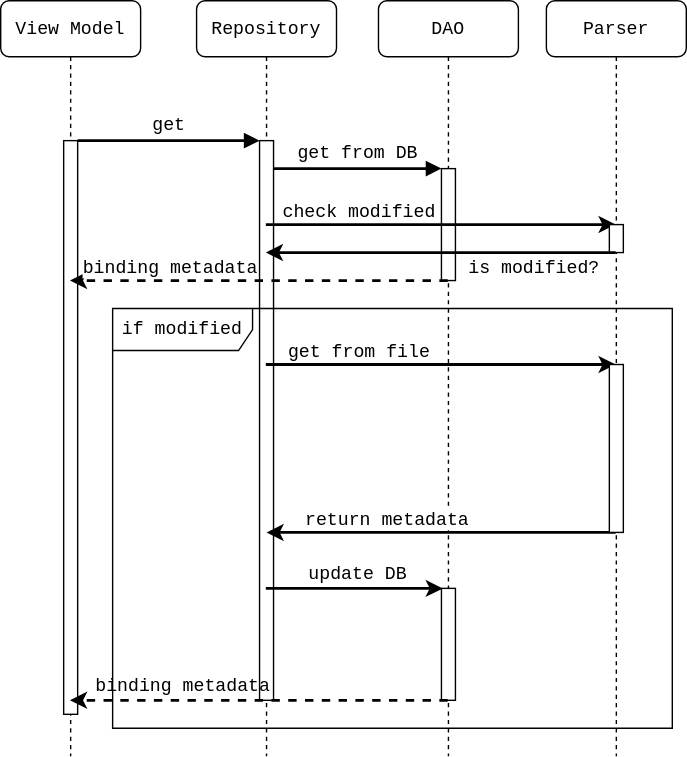
Before: images/MVVM_repo.svg, a diagram exported from draw.io (nvmnghia/thesis). Source tidied: cells renumbered, new cells last; positions are measured from the earlier drawing's top-left corner, leaving out a move shared by most shapes.
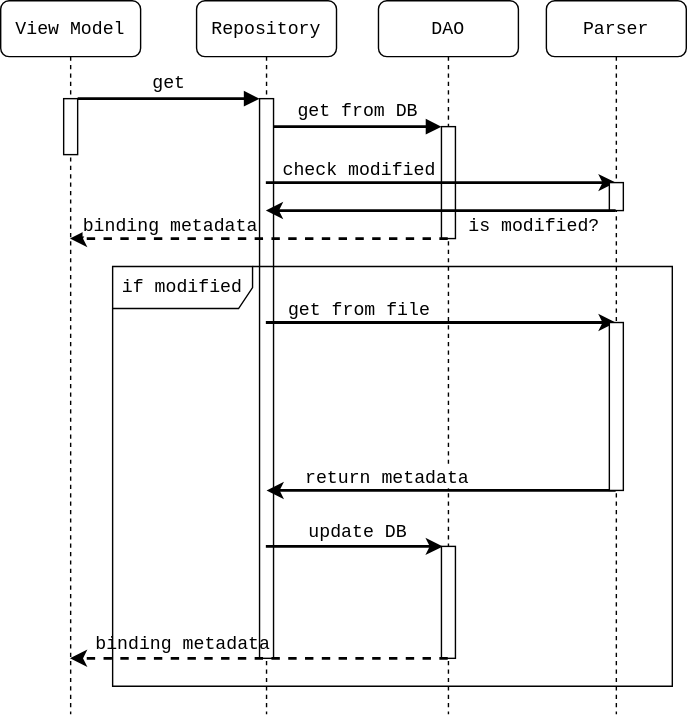
Above is the later version.

Diff of the diagram source:
```diff
@@ -3,25 +3,25 @@
     <mxCell id="0" />
     <mxCell id="1" parent="0" />
     <mxCell id="2" value="Repository" style="shape=umlLifeline;perimeter=lifelinePerimeter;whiteSpace=wrap;html=1;outlineConnect=0;rounded=1;shadow=0;comic=0;labelBackgroundColor=none;strokeWidth=1;fontFamily=Courier New;fontSize=13;align=center;" parent="1" vertex="1">
-      <mxGeometry x="140" width="100" height="540" as="geometry" />
+      <mxGeometry x="140" y="30" width="100" height="510" as="geometry" />
     </mxCell>
     <mxCell id="3" style="html=1;points=[];perimeter=orthogonalPerimeter;rounded=0;shadow=0;comic=0;labelBackgroundColor=none;strokeWidth=1;fontFamily=Courier New;fontSize=13;align=center;" parent="2" vertex="1">
-      <mxGeometry x="45" y="100" width="10" height="400" as="geometry" />
+      <mxGeometry x="45" y="70" width="10" height="400" as="geometry" />
     </mxCell>
     <mxCell id="4" value="DAO" style="shape=umlLifeline;perimeter=lifelinePerimeter;whiteSpace=wrap;html=1;outlineConnect=0;rounded=1;shadow=0;comic=0;labelBackgroundColor=none;strokeWidth=1;fontFamily=Courier New;fontSize=13;align=center;" parent="1" vertex="1">
-      <mxGeometry x="270" width="100" height="540" as="geometry" />
+      <mxGeometry x="270" y="30" width="100" height="510" as="geometry" />
     </mxCell>
     <mxCell id="5" style="html=1;points=[];perimeter=orthogonalPerimeter;rounded=0;shadow=0;comic=0;labelBackgroundColor=none;strokeWidth=1;fontFamily=Courier New;fontSize=13;align=center;" parent="4" vertex="1">
-      <mxGeometry x="45" y="120" width="10" height="80" as="geometry" />
+      <mxGeometry x="45" y="90" width="10" height="80" as="geometry" />
     </mxCell>
     <mxCell id="6" value="Parser" style="shape=umlLifeline;perimeter=lifelinePerimeter;whiteSpace=wrap;html=1;outlineConnect=0;rounded=1;shadow=0;comic=0;labelBackgroundColor=none;strokeWidth=1;fontFamily=Courier New;fontSize=13;align=center;" parent="1" vertex="1">
-      <mxGeometry x="390" width="100" height="540" as="geometry" />
+      <mxGeometry x="390" y="30" width="100" height="510" as="geometry" />
     </mxCell>
     <mxCell id="7" value="View Model" style="shape=umlLifeline;perimeter=lifelinePerimeter;whiteSpace=wrap;html=1;outlineConnect=0;rounded=1;shadow=0;comic=0;labelBackgroundColor=none;strokeWidth=1;fontFamily=Courier New;fontSize=13;align=center;" parent="1" vertex="1">
-      <mxGeometry width="100" height="540" as="geometry" />
+      <mxGeometry y="30" width="100" height="510" as="geometry" />
     </mxCell>
     <mxCell id="8" style="html=1;points=[];perimeter=orthogonalPerimeter;rounded=0;shadow=0;comic=0;labelBackgroundColor=none;strokeWidth=1;fontFamily=Courier New;fontSize=13;align=center;" parent="7" vertex="1">
-      <mxGeometry x="45" y="100" width="10" height="410" as="geometry" />
+      <mxGeometry x="45" y="70" width="10" height="40" as="geometry" />
     </mxCell>
     <mxCell id="9" value="get" style="html=1;verticalAlign=bottom;endArrow=block;entryX=0;entryY=0;labelBackgroundColor=none;fontFamily=Courier New;fontSize=13;edgeStyle=elbowEdgeStyle;elbow=vertical;strokeWidth=2;" parent="1" edge="1" source="8" target="3">
       <mxGeometry relative="1" as="geometry" />
@@ -29,8 +29,10 @@
     <mxCell id="10" value="get from DB" style="html=1;verticalAlign=bottom;endArrow=block;entryX=0;entryY=0;labelBackgroundColor=none;fontFamily=Courier New;fontSize=13;edgeStyle=elbowEdgeStyle;elbow=vertical;strokeWidth=2;" parent="1" edge="1" source="3" target="5">
       <mxGeometry relative="1" as="geometry" />
     </mxCell>
-    <mxCell id="11" style="endArrow=classic;html=1;fontFamily=Courier New;fontSize=13;dashed=1;strokeWidth=2;" parent="1" edge="1" source="4" target="7">
+    <mxCell id="11" style="endArrow=classic;html=1;fontFamily=Courier New;fontSize=13;dashed=1;strokeWidth=2;" parent="1" edge="1">
       <mxGeometry relative="1" as="geometry">
+        <mxPoint x="319.5" y="200" as="sourcePoint" />
+        <mxPoint x="49.5" y="200" as="targetPoint" />
         <Array as="points">
           <mxPoint x="240" y="200" />
         </Array>
@@ -41,8 +43,10 @@
         <mxPoint x="-64" y="-10" as="offset" />
       </mxGeometry>
     </mxCell>
-    <mxCell id="13" style="endArrow=classic;html=1;fontFamily=Courier New;fontSize=13;strokeWidth=2;" parent="1" edge="1" source="2" target="6">
+    <mxCell id="13" style="endArrow=classic;html=1;fontFamily=Courier New;fontSize=13;strokeWidth=2;" parent="1" edge="1">
       <mxGeometry relative="1" as="geometry">
+        <mxPoint x="189.5" y="160" as="sourcePoint" />
+        <mxPoint x="439.5" y="160" as="targetPoint" />
         <Array as="points">
           <mxPoint x="270" y="160" />
         </Array>
@@ -56,8 +60,9 @@
     <mxCell id="15" style="html=1;perimeter=orthogonalPerimeter;rounded=0;shadow=0;comic=0;labelBackgroundColor=none;strokeWidth=1;fontFamily=Courier New;fontSize=13;align=center;" parent="1" vertex="1">
       <mxGeometry x="435" y="160" width="10" height="20" as="geometry" />
     </mxCell>
-    <mxCell id="16" style="endArrow=classic;html=1;fontFamily=Courier New;fontSize=13;strokeWidth=2;" parent="1" edge="1" source="6">
+    <mxCell id="16" style="endArrow=classic;html=1;fontFamily=Courier New;fontSize=13;strokeWidth=2;" parent="1" edge="1">
       <mxGeometry relative="1" as="geometry">
+        <mxPoint x="439.5" y="380" as="sourcePoint" />
         <mxPoint x="190" y="380" as="targetPoint" />
         <Array as="points">
           <mxPoint x="390" y="380" />
@@ -69,8 +74,9 @@
         <mxPoint x="-39" y="-10" as="offset" />
       </mxGeometry>
     </mxCell>
-    <mxCell id="18" style="endArrow=classic;html=1;fontFamily=Courier New;fontSize=13;strokeWidth=2;entryX=0.1;entryY=0;entryDx=0;entryDy=0;entryPerimeter=0;" parent="1" edge="1" source="2" target="20">
+    <mxCell id="18" style="endArrow=classic;html=1;fontFamily=Courier New;fontSize=13;strokeWidth=2;entryX=0.1;entryY=0;entryDx=0;entryDy=0;entryPerimeter=0;" parent="1" edge="1" target="20">
       <mxGeometry relative="1" as="geometry">
+        <mxPoint x="189.5" y="420" as="sourcePoint" />
         <Array as="points">
           <mxPoint x="230" y="420" />
         </Array>
@@ -82,8 +88,10 @@
     <mxCell id="20" style="html=1;points=[];perimeter=orthogonalPerimeter;rounded=0;shadow=0;comic=0;labelBackgroundColor=none;strokeWidth=1;fontFamily=Courier New;fontSize=13;align=center;" parent="1" vertex="1">
       <mxGeometry x="315" y="420" width="10" height="80" as="geometry" />
     </mxCell>
-    <mxCell id="21" style="endArrow=classic;html=1;fontFamily=Courier New;fontSize=13;dashed=1;strokeWidth=2;" parent="1" edge="1" source="4" target="7">
+    <mxCell id="21" style="endArrow=classic;html=1;fontFamily=Courier New;fontSize=13;dashed=1;strokeWidth=2;" parent="1" edge="1">
       <mxGeometry relative="1" as="geometry">
+        <mxPoint x="319.5" y="500" as="sourcePoint" />
+        <mxPoint x="49.5" y="500" as="targetPoint" />
         <Array as="points">
           <mxPoint x="100" y="500" />
         </Array>
@@ -95,8 +103,10 @@
     <mxCell id="23" value="if modified" style="shape=umlFrame;whiteSpace=wrap;html=1;fontFamily=Courier New;fontSize=13;width=100;height=30;" parent="1" vertex="1">
       <mxGeometry x="80" y="220" width="400" height="300" as="geometry" />
     </mxCell>
-    <mxCell id="24" style="endArrow=classic;html=1;fontFamily=Courier New;fontSize=13;strokeWidth=2;" parent="1" edge="1" source="6" target="2">
+    <mxCell id="24" style="endArrow=classic;html=1;fontFamily=Courier New;fontSize=13;strokeWidth=2;" parent="1" edge="1">
       <mxGeometry relative="1" as="geometry">
+        <mxPoint x="439.5" y="180" as="sourcePoint" />
+        <mxPoint x="189.5" y="180" as="targetPoint" />
         <Array as="points">
           <mxPoint x="350" y="180" />
         </Array>
@@ -107,8 +117,10 @@
         <mxPoint x="66" y="10" as="offset" />
       </mxGeometry>
     </mxCell>
-    <mxCell id="26" style="endArrow=classic;html=1;fontFamily=Courier New;fontSize=13;strokeWidth=2;" parent="1" edge="1" source="2" target="6">
+    <mxCell id="26" style="endArrow=classic;html=1;fontFamily=Courier New;fontSize=13;strokeWidth=2;" parent="1" edge="1">
       <mxGeometry relative="1" as="geometry">
+        <mxPoint x="189.5" y="260" as="sourcePoint" />
+        <mxPoint x="439.5" y="260" as="targetPoint" />
         <Array as="points">
           <mxPoint x="260" y="260" />
         </Array>
```
